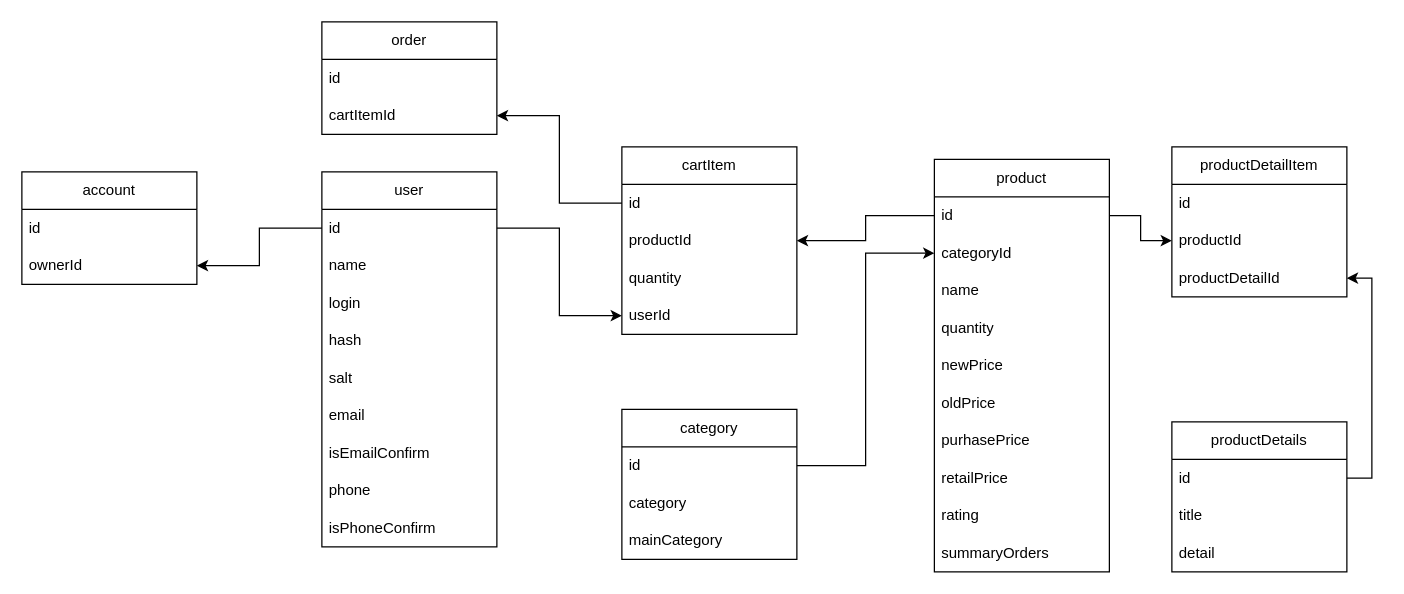
This is er.drawio from SkaixX-sys/CarSoundStore, a draw.io file, before an edit. Source tidied: cells renumbered, new cells numbered last; positions are measured from the earlier drawing's top-left corner, leaving out a move shared by most shapes. Both pictures are drawn from the tidied source at 125%, with x=0, y=0 at pixel (21, 21).
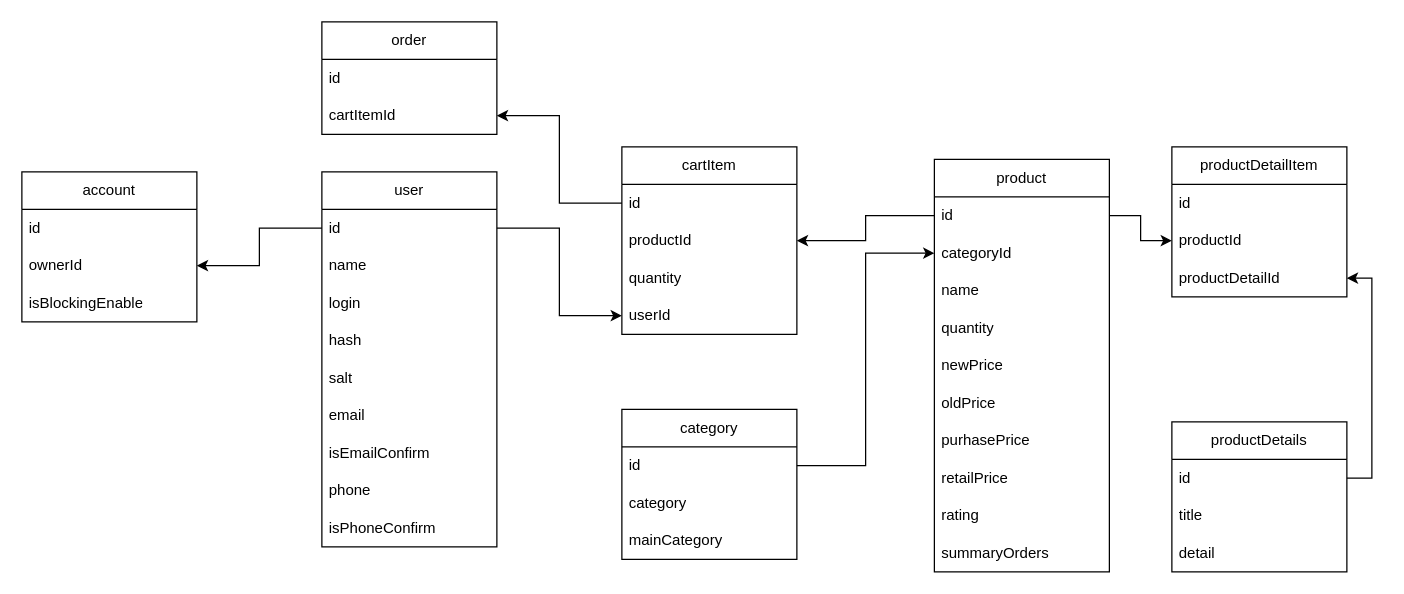
After the change.

Commit message:
entity account update

Change to the diagram source:
```diff
@@
     <mxCell id="49" value="account" style="swimlane;fontStyle=0;horizontal=1;startSize=30;whiteSpace=wrap;html=1;" parent="1" vertex="1">
-      <mxGeometry y="120" width="140" height="90" as="geometry" />
+      <mxGeometry y="120" width="140" height="120" as="geometry" />
     </mxCell>
@@
+    <mxCell id="53" value="isBlockingEnable" style="text;strokeColor=none;fillColor=none;align=left;verticalAlign=middle;spacingLeft=4;spacingRight=4;overflow=hidden;whiteSpace=wrap;html=1;" parent="49" vertex="1">
+      <mxGeometry y="90" width="140" height="30" as="geometry" />
+    </mxCell>
```
